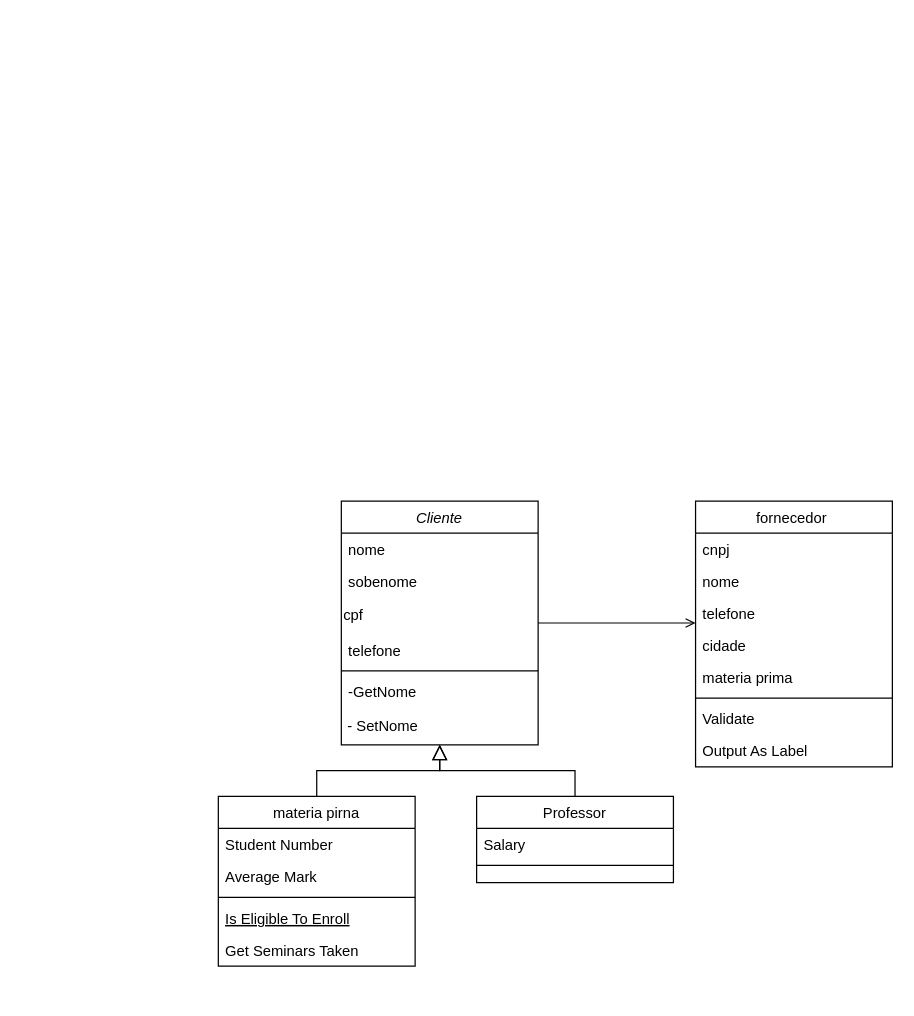
Above: classe.drawio in luisplathdm/fluxo (draw.io), before the change. Source tidied: cells renumbered, new cells numbered last; positions are measured from the earlier drawing's top-left corner, leaving out a move shared by most shapes. Both pictures are drawn from the tidied source at 123%, with x=0, y=0 at pixel (218, 501).
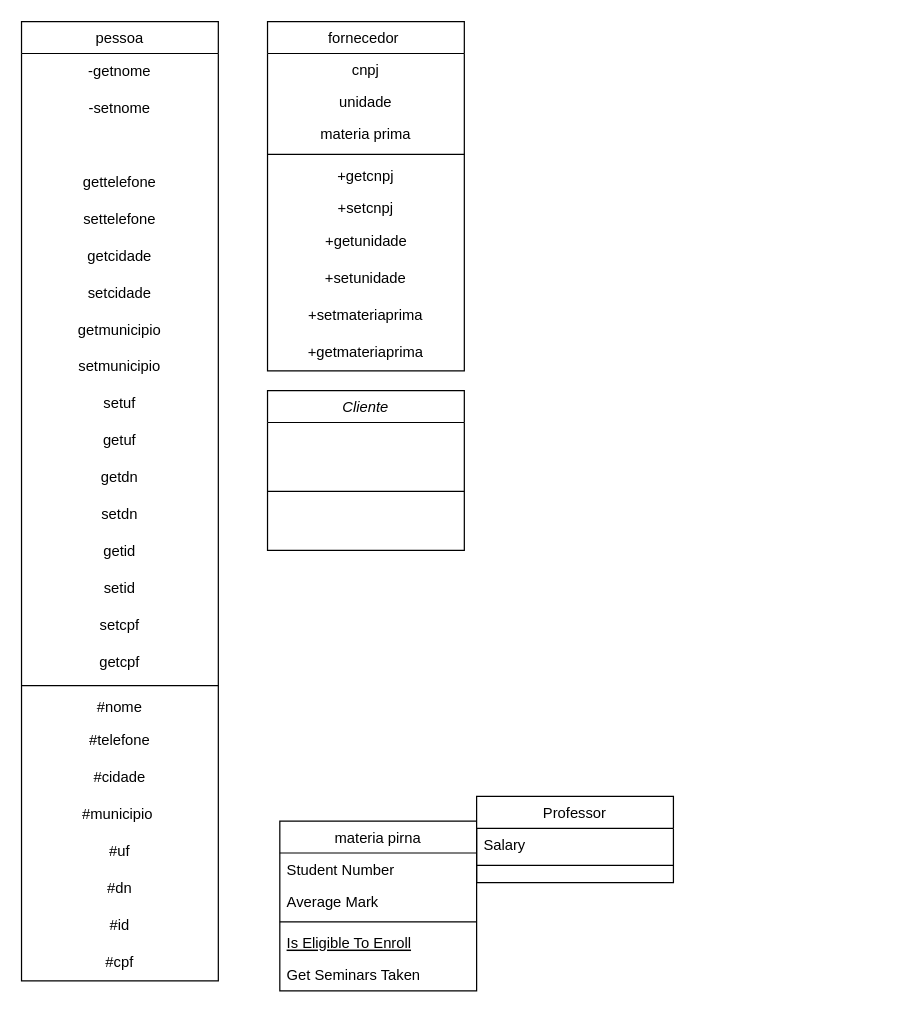
The same page after the edit.

The change refers to these unchanged cells:
```xml
<mxCell id="17" value="Professor" style="swimlane;fontStyle=0;align=center;verticalAlign=top;horizontal=1;startSize=26;rounded=0;shadow=0;strokeWidth=1;" parent="1" vertex="1">
  <mxGeometry x="210" y="240" width="160" height="70" as="geometry" />
</mxCell>
```

Change to the diagram source:
```diff
@@
     <mxCell id="2" value="Cliente" style="swimlane;fontStyle=2;align=center;verticalAlign=top;horizontal=1;startSize=26;rounded=0;shadow=0;strokeWidth=1;" parent="1" vertex="1">
-      <mxGeometry x="100" width="160" height="198" as="geometry" />
+      <mxGeometry x="40" y="-90" width="160" height="130" as="geometry" />
     </mxCell>
-    <mxCell id="3" value="nome&#10;" style="text;align=left;verticalAlign=top;spacingLeft=4;spacingRight=4;overflow=hidden;" parent="2" vertex="1">
+    <mxCell id="3" value="&#10;" style="text;align=left;verticalAlign=top;spacingLeft=4;spacingRight=4;overflow=hidden;" parent="2" vertex="1">
       <mxGeometry y="26" width="160" height="26" as="geometry" />
     </mxCell>
-    <mxCell id="4" value="sobenome" style="text;align=left;verticalAlign=top;spacingLeft=4;spacingRight=4;overflow=hidden;rounded=0;shadow=0;html=0;" parent="2" vertex="1">
-      <mxGeometry y="52" width="160" height="26" as="geometry" />
-    </mxCell>
-    <mxCell id="5" value="cpf" style="text;html=1;align=left;verticalAlign=middle;whiteSpace=wrap;rounded=0;" parent="2" vertex="1">
-      <mxGeometry y="78" width="160" height="30" as="geometry" />
-    </mxCell>
-    <mxCell id="6" value="telefone&#10;&#10;&#10;&#10;&#10;" style="text;align=left;verticalAlign=top;spacingLeft=4;spacingRight=4;overflow=hidden;rounded=0;shadow=0;html=0;" parent="2" vertex="1">
-      <mxGeometry y="108" width="160" height="26" as="geometry" />
+    <mxCell id="6" value="&#10;" style="text;align=left;verticalAlign=top;spacingLeft=4;spacingRight=4;overflow=hidden;rounded=0;shadow=0;html=0;" parent="2" vertex="1">
+      <mxGeometry y="52" width="160" height="26" as="geometry" />
     </mxCell>
     <mxCell id="7" style="line;html=1;strokeWidth=1;align=left;verticalAlign=middle;spacingTop=-1;spacingLeft=3;spacingRight=3;labelPosition=right;" parent="2" vertex="1">
-      <mxGeometry y="134" width="160" height="8" as="geometry" />
+      <mxGeometry y="78" width="160" height="8" as="geometry" />
     </mxCell>
-    <mxCell id="8" value="-GetNome" style="text;align=left;verticalAlign=top;spacingLeft=4;spacingRight=4;overflow=hidden;" parent="2" vertex="1">
-      <mxGeometry y="142" width="160" height="26" as="geometry" />
-    </mxCell>
-    <mxCell id="9" value="&amp;nbsp;- SetNome" style="text;html=1;align=left;verticalAlign=middle;whiteSpace=wrap;rounded=0;" parent="2" vertex="1">
-      <mxGeometry y="168" width="160" height="30" as="geometry" />
-    </mxCell>
     <mxCell id="10" value="materia pirna" style="swimlane;fontStyle=0;align=center;verticalAlign=top;horizontal=1;startSize=26;rounded=0;shadow=0;strokeWidth=1;" parent="1" vertex="1">
-      <mxGeometry y="240" width="160" height="138" as="geometry" />
+      <mxGeometry x="50" y="260" width="160" height="138" as="geometry" />
     </mxCell>
@@
-    <mxCell id="16" style="endArrow=block;endSize=10;endFill=0;shadow=0;strokeWidth=1;rounded=0;curved=0;edgeStyle=elbowEdgeStyle;elbow=vertical;" parent="1" edge="1" source="10" target="2">
-      <mxGeometry relative="1" as="geometry" />
-    </mxCell>
@@
-    <mxCell id="20" style="endArrow=block;endSize=10;endFill=0;shadow=0;strokeWidth=1;rounded=0;curved=0;edgeStyle=elbowEdgeStyle;elbow=vertical;" parent="1" edge="1" source="17" target="2">
-      <mxGeometry relative="1" as="geometry" />
-    </mxCell>
     <mxCell id="21" value="fornecedor " style="swimlane;fontStyle=0;align=center;verticalAlign=top;horizontal=1;startSize=26;rounded=0;shadow=0;strokeWidth=1;" parent="1" vertex="1">
-      <mxGeometry x="388" width="160" height="216" as="geometry" />
+      <mxGeometry x="40" y="-390" width="160" height="284" as="geometry" />
     </mxCell>
-    <mxCell id="22" value="cnpj" style="text;align=left;verticalAlign=top;spacingLeft=4;spacingRight=4;overflow=hidden;" parent="21" vertex="1">
+    <mxCell id="22" value="cnpj" style="text;align=center;verticalAlign=top;spacingLeft=4;spacingRight=4;overflow=hidden;" parent="21" vertex="1">
       <mxGeometry y="26" width="160" height="26" as="geometry" />
     </mxCell>
-    <mxCell id="23" value="nome" style="text;align=left;verticalAlign=top;spacingLeft=4;spacingRight=4;overflow=hidden;rounded=0;shadow=0;html=0;" parent="21" vertex="1">
+    <mxCell id="23" value="unidade" style="text;align=center;verticalAlign=top;spacingLeft=4;spacingRight=4;overflow=hidden;rounded=0;shadow=0;html=0;" parent="21" vertex="1">
       <mxGeometry y="52" width="160" height="26" as="geometry" />
     </mxCell>
-    <mxCell id="24" value="telefone" style="text;align=left;verticalAlign=top;spacingLeft=4;spacingRight=4;overflow=hidden;rounded=0;shadow=0;html=0;" parent="21" vertex="1">
-      <mxGeometry y="78" width="160" height="26" as="geometry" />
-    </mxCell>
-    <mxCell id="25" value="cidade" style="text;align=left;verticalAlign=top;spacingLeft=4;spacingRight=4;overflow=hidden;rounded=0;shadow=0;html=0;" parent="21" vertex="1">
-      <mxGeometry y="104" width="160" height="26" as="geometry" />
-    </mxCell>
-    <mxCell id="26" value="materia prima&#10;" style="text;align=left;verticalAlign=top;spacingLeft=4;spacingRight=4;overflow=hidden;rounded=0;shadow=0;html=0;" parent="21" vertex="1">
-      <mxGeometry y="130" width="160" height="26" as="geometry" />
+    <mxCell id="26" value="materia prima&#10;" style="text;align=center;verticalAlign=top;spacingLeft=4;spacingRight=4;overflow=hidden;rounded=0;shadow=0;html=0;" parent="21" vertex="1">
+      <mxGeometry y="78" width="160" height="26" as="geometry" />
     </mxCell>
-    <mxCell id="27" style="line;html=1;strokeWidth=1;align=left;verticalAlign=middle;spacingTop=-1;spacingLeft=3;spacingRight=3;labelPosition=right;" parent="21" vertex="1">
-      <mxGeometry y="156" width="160" height="8" as="geometry" />
+    <mxCell id="27" style="line;html=1;strokeWidth=1;align=center;verticalAlign=middle;spacingTop=-1;spacingLeft=3;spacingRight=3;labelPosition=right;" parent="21" vertex="1">
+      <mxGeometry y="104" width="160" height="8" as="geometry" />
     </mxCell>
-    <mxCell id="28" value="Validate" style="text;align=left;verticalAlign=top;spacingLeft=4;spacingRight=4;overflow=hidden;" parent="21" vertex="1">
-      <mxGeometry y="164" width="160" height="26" as="geometry" />
+    <mxCell id="28" value="+getcnpj" style="text;align=center;verticalAlign=top;spacingLeft=4;spacingRight=4;overflow=hidden;" parent="21" vertex="1">
+      <mxGeometry y="112" width="160" height="26" as="geometry" />
     </mxCell>
-    <mxCell id="29" value="Output As Label" style="text;align=left;verticalAlign=top;spacingLeft=4;spacingRight=4;overflow=hidden;" parent="21" vertex="1">
-      <mxGeometry y="190" width="160" height="26" as="geometry" />
+    <mxCell id="29" value="+setcnpj" style="text;align=center;verticalAlign=top;spacingLeft=4;spacingRight=4;overflow=hidden;" parent="21" vertex="1">
+      <mxGeometry y="138" width="160" height="26" as="geometry" />
     </mxCell>
-    <mxCell id="30" style="endArrow=open;shadow=0;strokeWidth=1;rounded=0;curved=0;endFill=1;edgeStyle=elbowEdgeStyle;elbow=vertical;" parent="1" edge="1" source="2" target="21">
-      <mxGeometry x="0.5" y="41" relative="1" as="geometry">
-        <mxPoint x="-40" y="32" as="offset" />
-      </mxGeometry>
-    </mxCell>
-    <mxCell id="31" style="align=left;verticalAlign=bottom;labelBackgroundColor=none;fontSize=12;" parent="30" vertex="1">
-      <mxGeometry x="-1" relative="1" as="geometry">
-        <mxPoint y="4" as="offset" />
-      </mxGeometry>
-    </mxCell>
-    <mxCell id="32" style="align=right;verticalAlign=bottom;labelBackgroundColor=none;fontSize=12;" parent="30" vertex="1">
-      <mxGeometry x="1" relative="1" as="geometry">
-        <mxPoint x="-7" y="4" as="offset" />
-      </mxGeometry>
-    </mxCell>
+    <mxCell id="33" value="+getunidade" style="text;html=1;align=center;verticalAlign=middle;strokeColor=none;fillColor=none;" parent="21" vertex="1">
+      <mxGeometry y="164" width="160" height="30" as="geometry" />
+    </mxCell>
+    <mxCell id="34" value="+setunidade" style="text;html=1;align=center;verticalAlign=middle;whiteSpace=wrap;rounded=0;" parent="21" vertex="1">
+      <mxGeometry y="194" width="160" height="30" as="geometry" />
+    </mxCell>
+    <mxCell id="35" value="+setmateriaprima" style="text;html=1;align=center;verticalAlign=middle;whiteSpace=wrap;rounded=0;" parent="21" vertex="1">
+      <mxGeometry y="224" width="160" height="30" as="geometry" />
+    </mxCell>
+    <mxCell id="36" value="+getmateriaprima" style="text;html=1;align=center;verticalAlign=middle;whiteSpace=wrap;rounded=0;" parent="21" vertex="1">
+      <mxGeometry y="254" width="160" height="30" as="geometry" />
+    </mxCell>
+    <mxCell id="37" value="pessoa" style="swimlane;fontStyle=0;align=center;verticalAlign=top;horizontal=1;startSize=26;rounded=0;shadow=0;strokeWidth=1;" parent="1" vertex="1">
+      <mxGeometry x="-160" y="-390" width="160" height="780" as="geometry" />
+    </mxCell>
+    <mxCell id="38" value="-getnome" style="text;html=1;align=center;verticalAlign=middle;whiteSpace=wrap;rounded=0;" parent="37" vertex="1">
+      <mxGeometry y="26" width="160" height="30" as="geometry" />
+    </mxCell>
+    <mxCell id="39" value="-setnome" style="text;html=1;align=center;verticalAlign=middle;whiteSpace=wrap;rounded=0;" parent="37" vertex="1">
+      <mxGeometry y="56" width="160" height="30" as="geometry" />
+    </mxCell>
+    <mxCell id="40" value="&lt;div&gt;&lt;br&gt;&lt;/div&gt;&lt;div&gt;&lt;br&gt;&lt;/div&gt;" style="text;html=1;align=center;verticalAlign=middle;whiteSpace=wrap;rounded=0;" parent="37" vertex="1">
+      <mxGeometry y="86" width="160" height="30" as="geometry" />
+    </mxCell>
+    <mxCell id="41" value="gettelefone" style="text;html=1;align=center;verticalAlign=middle;whiteSpace=wrap;rounded=0;" parent="37" vertex="1">
+      <mxGeometry y="116" width="160" height="30" as="geometry" />
+    </mxCell>
+    <mxCell id="42" value="settelefone" style="text;html=1;align=center;verticalAlign=middle;whiteSpace=wrap;rounded=0;" parent="37" vertex="1">
+      <mxGeometry y="146" width="160" height="30" as="geometry" />
+    </mxCell>
+    <mxCell id="43" value="getcidade" style="text;html=1;align=center;verticalAlign=middle;whiteSpace=wrap;rounded=0;" parent="37" vertex="1">
+      <mxGeometry y="176" width="160" height="30" as="geometry" />
+    </mxCell>
+    <mxCell id="44" value="setcidade" style="text;html=1;align=center;verticalAlign=middle;whiteSpace=wrap;rounded=0;" parent="37" vertex="1">
+      <mxGeometry y="206" width="160" height="30" as="geometry" />
+    </mxCell>
+    <mxCell id="45" value="getmunicipio" style="text;html=1;align=center;verticalAlign=middle;whiteSpace=wrap;rounded=0;" parent="37" vertex="1">
+      <mxGeometry y="236" width="160" height="30" as="geometry" />
+    </mxCell>
+    <mxCell id="46" value="setmunicipio" style="text;html=1;align=center;verticalAlign=middle;whiteSpace=wrap;rounded=0;" parent="37" vertex="1">
+      <mxGeometry y="266" width="160" height="30" as="geometry" />
+    </mxCell>
+    <mxCell id="47" value="setuf" style="text;html=1;align=center;verticalAlign=middle;whiteSpace=wrap;rounded=0;" parent="37" vertex="1">
+      <mxGeometry y="296" width="160" height="30" as="geometry" />
+    </mxCell>
+    <mxCell id="48" value="getuf" style="text;html=1;align=center;verticalAlign=middle;whiteSpace=wrap;rounded=0;" parent="37" vertex="1">
+      <mxGeometry y="326" width="160" height="30" as="geometry" />
+    </mxCell>
+    <mxCell id="49" value="getdn" style="text;html=1;align=center;verticalAlign=middle;whiteSpace=wrap;rounded=0;" parent="37" vertex="1">
+      <mxGeometry y="356" width="160" height="30" as="geometry" />
+    </mxCell>
+    <mxCell id="50" value="setdn" style="text;html=1;align=center;verticalAlign=middle;whiteSpace=wrap;rounded=0;" parent="37" vertex="1">
+      <mxGeometry y="386" width="160" height="30" as="geometry" />
+    </mxCell>
+    <mxCell id="51" value="getid" style="text;html=1;align=center;verticalAlign=middle;whiteSpace=wrap;rounded=0;" parent="37" vertex="1">
+      <mxGeometry y="416" width="160" height="30" as="geometry" />
+    </mxCell>
+    <mxCell id="52" value="setid" style="text;html=1;align=center;verticalAlign=middle;whiteSpace=wrap;rounded=0;" parent="37" vertex="1">
+      <mxGeometry y="446" width="160" height="30" as="geometry" />
+    </mxCell>
+    <mxCell id="53" value="setcpf" style="text;html=1;align=center;verticalAlign=middle;whiteSpace=wrap;rounded=0;" parent="37" vertex="1">
+      <mxGeometry y="476" width="160" height="30" as="geometry" />
+    </mxCell>
+    <mxCell id="54" value="getcpf" style="text;html=1;align=center;verticalAlign=middle;whiteSpace=wrap;rounded=0;" parent="37" vertex="1">
+      <mxGeometry y="506" width="160" height="30" as="geometry" />
+    </mxCell>
+    <mxCell id="55" style="line;html=1;strokeWidth=1;align=center;verticalAlign=middle;spacingTop=-1;spacingLeft=3;spacingRight=3;labelPosition=right;" parent="37" vertex="1">
+      <mxGeometry y="536" width="160" height="8" as="geometry" />
+    </mxCell>
+    <mxCell id="56" value="#nome" style="text;align=center;verticalAlign=top;spacingLeft=4;spacingRight=4;overflow=hidden;" parent="37" vertex="1">
+      <mxGeometry y="544" width="160" height="26" as="geometry" />
+    </mxCell>
+    <mxCell id="57" value="#telefone" style="text;html=1;align=center;verticalAlign=middle;whiteSpace=wrap;rounded=0;" parent="37" vertex="1">
+      <mxGeometry y="570" width="160" height="30" as="geometry" />
+    </mxCell>
+    <mxCell id="58" value="#cidade" style="text;html=1;align=center;verticalAlign=middle;whiteSpace=wrap;rounded=0;" parent="37" vertex="1">
+      <mxGeometry y="600" width="160" height="30" as="geometry" />
+    </mxCell>
+    <mxCell id="59" value="#municipio&amp;nbsp;" style="text;html=1;align=center;verticalAlign=middle;whiteSpace=wrap;rounded=0;" parent="37" vertex="1">
+      <mxGeometry y="630" width="160" height="30" as="geometry" />
+    </mxCell>
+    <mxCell id="60" value="#uf" style="text;html=1;align=center;verticalAlign=middle;whiteSpace=wrap;rounded=0;" parent="37" vertex="1">
+      <mxGeometry y="660" width="160" height="30" as="geometry" />
+    </mxCell>
+    <mxCell id="61" value="#dn" style="text;html=1;align=center;verticalAlign=middle;whiteSpace=wrap;rounded=0;" parent="37" vertex="1">
+      <mxGeometry y="690" width="160" height="30" as="geometry" />
+    </mxCell>
+    <mxCell id="62" value="#id" style="text;html=1;align=center;verticalAlign=middle;whiteSpace=wrap;rounded=0;" parent="37" vertex="1">
+      <mxGeometry y="720" width="160" height="30" as="geometry" />
+    </mxCell>
+    <mxCell id="63" value="#cpf" style="text;html=1;align=center;verticalAlign=middle;whiteSpace=wrap;rounded=0;" parent="37" vertex="1">
+      <mxGeometry y="750" width="160" height="30" as="geometry" />
+    </mxCell>
```
